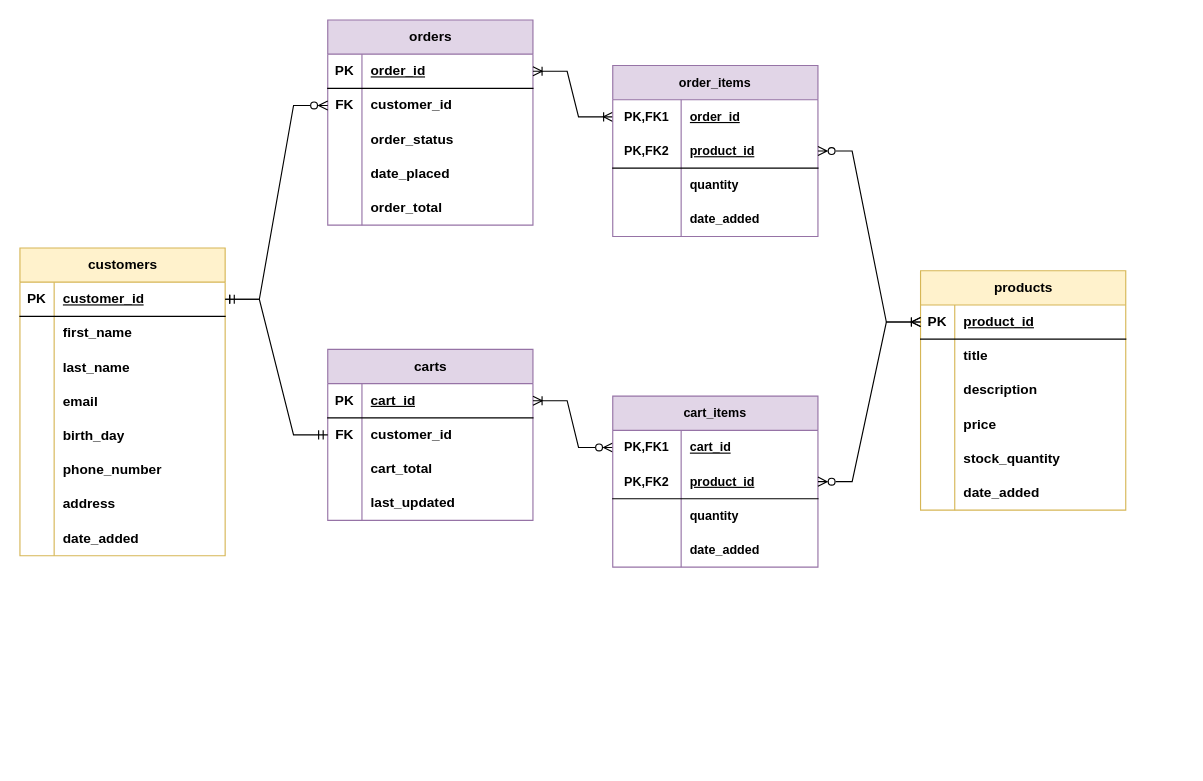
Earlier version of the draw.io diagram page "Overall ERD" (1 of 2) of db/ERD.drawio (MurtadhaInit/e-store-backend). Source tidied: cells renumbered, new cells numbered last; positions are measured from the earlier drawing's top-left corner, leaving out a move shared by most shapes. Both pictures are drawn from the tidied source at 114%, with x=0, y=0 at pixel (19, 19).
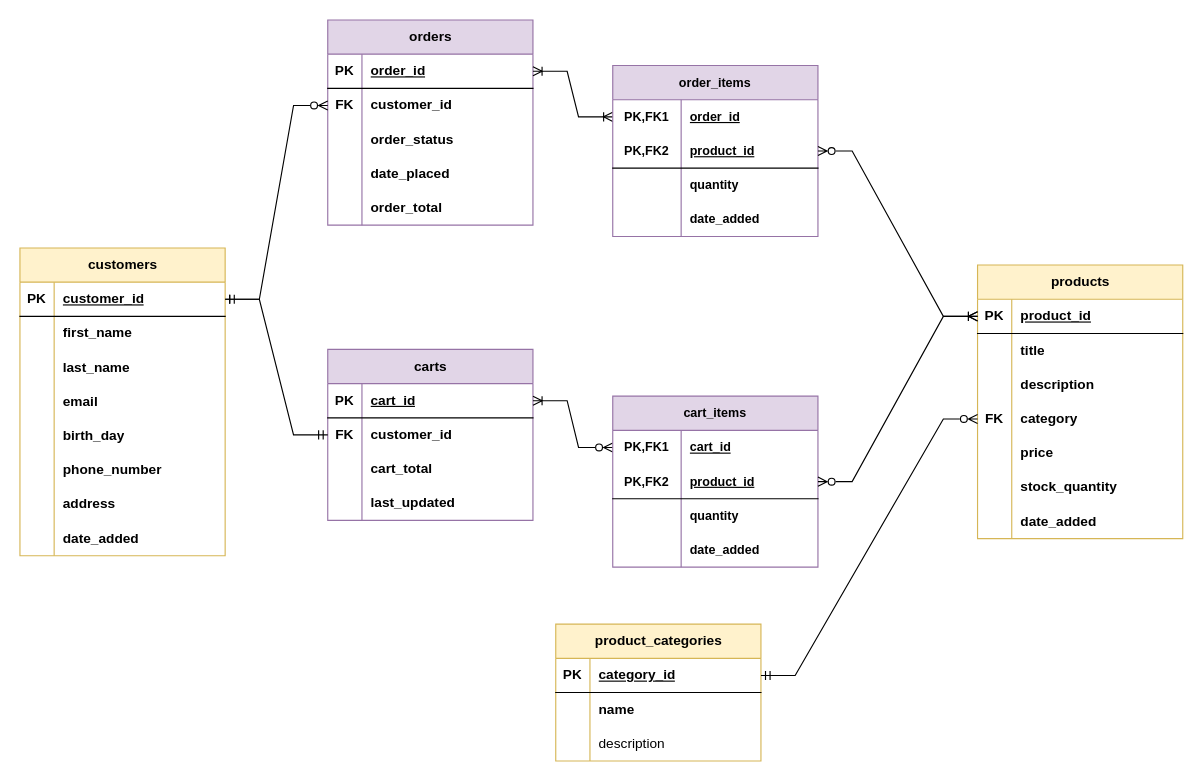
After the change.

Commit message:
Updated the ERD diagram to reflect recent schema changes. - Issue: it's hard to keep the ERD and the schema file in sync as changes to one can often make the other out of sync.

Change to the diagram source:
```diff
@@
-    <mxCell id="2" value="products" style="shape=table;startSize=30;childLayout=tableLayout;rowLines=0;fontStyle=1;align=center;html=1;fillColor=#fff2cc;strokeColor=#d6b656;" parent="1" vertex="1">
-      <mxGeometry x="790" y="220" width="180" height="210" as="geometry" />
+    <mxCell id="2" value="products" style="shape=table;startSize=30;childLayout=tableLayout;rowLines=0;fontStyle=1;align=center;html=1;fillColor=#fff2cc;strokeColor=#d6b656;fontColor=#000000;" parent="1" vertex="1">
+      <mxGeometry x="840" y="215" width="180" height="240" as="geometry" />
     </mxCell>
@@
+    <mxCell id="107" style="shape=tableRow;horizontal=0;startSize=0;swimlaneHead=0;swimlaneBody=0;fillColor=none;points=[[0,0.5],[1,0.5]];portConstraint=eastwest;top=0;left=0;right=0;bottom=0;" parent="2" vertex="1">
+      <mxGeometry y="120" width="180" height="30" as="geometry" />
+    </mxCell>
+    <mxCell id="108" value="FK" style="shape=partialRectangle;fillColor=none;top=0;left=0;bottom=0;right=0;overflow=hidden;whiteSpace=wrap;html=1;fontStyle=1;" parent="107" vertex="1">
+      <mxGeometry width="30" height="30" as="geometry" />
+    </mxCell>
+    <mxCell id="109" value="category" style="shape=partialRectangle;fillColor=none;top=0;left=0;bottom=0;right=0;align=left;spacingLeft=6;overflow=hidden;whiteSpace=wrap;html=1;fontStyle=1;" parent="107" vertex="1">
+      <mxGeometry x="30" width="150" height="30" as="geometry" />
+    </mxCell>
     <mxCell id="12" style="shape=tableRow;horizontal=0;startSize=0;swimlaneHead=0;swimlaneBody=0;fillColor=none;top=0;left=0;right=0;bottom=0;" parent="2" vertex="1">
-      <mxGeometry y="120" width="180" height="30" as="geometry" />
+      <mxGeometry y="150" width="180" height="30" as="geometry" />
     </mxCell>
@@
     <mxCell id="15" style="shape=tableRow;horizontal=0;startSize=0;swimlaneHead=0;swimlaneBody=0;fillColor=none;top=0;left=0;right=0;bottom=0;" parent="2" vertex="1">
-      <mxGeometry y="150" width="180" height="30" as="geometry" />
+      <mxGeometry y="180" width="180" height="30" as="geometry" />
     </mxCell>
@@
     <mxCell id="18" style="shape=tableRow;horizontal=0;startSize=0;swimlaneHead=0;swimlaneBody=0;fillColor=none;top=0;left=0;right=0;bottom=0;" parent="2" vertex="1">
-      <mxGeometry y="180" width="180" height="30" as="geometry" />
+      <mxGeometry y="210" width="180" height="30" as="geometry" />
     </mxCell>
@@
-    <mxCell id="21" value="orders" style="shape=table;startSize=30;childLayout=tableLayout;rowLines=0;fontStyle=1;align=center;html=1;fillColor=#e1d5e7;strokeColor=#9673a6;" parent="1" vertex="1">
+    <mxCell id="21" value="orders" style="shape=table;startSize=30;childLayout=tableLayout;rowLines=0;fontStyle=1;align=center;html=1;fillColor=#e1d5e7;strokeColor=#9673a6;fontColor=#000000;" parent="1" vertex="1">
       <mxGeometry x="270" width="180" height="180" as="geometry" />
     </mxCell>
@@
-    <mxCell id="37" value="customers" style="shape=table;startSize=30;childLayout=tableLayout;rowLines=0;fontStyle=1;align=center;html=1;fillColor=#fff2cc;strokeColor=#d6b656;" parent="1" vertex="1">
+    <mxCell id="37" value="customers" style="shape=table;startSize=30;childLayout=tableLayout;rowLines=0;fontStyle=1;align=center;html=1;fillColor=#fff2cc;strokeColor=#d6b656;fontColor=#000000;" parent="1" vertex="1">
       <mxGeometry y="200" width="180" height="270" as="geometry" />
     </mxCell>
@@
-    <mxCell id="64" value="carts" style="shape=table;startSize=30;childLayout=tableLayout;rowLines=0;fontStyle=1;align=center;html=1;fillColor=#e1d5e7;strokeColor=#9673a6;" parent="1" vertex="1">
+    <mxCell id="64" value="carts" style="shape=table;startSize=30;childLayout=tableLayout;rowLines=0;fontStyle=1;align=center;html=1;fillColor=#e1d5e7;strokeColor=#9673a6;fontColor=#000000;" parent="1" vertex="1">
       <mxGeometry x="270" y="289" width="180" height="150" as="geometry" />
     </mxCell>
@@
-    <mxCell id="79" value="order_items" style="shape=table;startSize=30;childLayout=tableLayout;rowLines=0;fontStyle=1;align=center;html=1;whiteSpace=wrap;fontFamily=Helvetica;fontSize=11;labelBackgroundColor=none;fillColor=#e1d5e7;strokeColor=#9673a6;" parent="1" vertex="1">
+    <mxCell id="79" value="order_items" style="shape=table;startSize=30;childLayout=tableLayout;rowLines=0;fontStyle=1;align=center;html=1;whiteSpace=wrap;fontFamily=Helvetica;fontSize=11;labelBackgroundColor=none;fillColor=#e1d5e7;strokeColor=#9673a6;fontColor=#000000;" parent="1" vertex="1">
       <mxGeometry x="520" y="40" width="180" height="150" as="geometry" />
     </mxCell>
@@
-    <mxCell id="93" value="cart_items" style="shape=table;startSize=30;childLayout=tableLayout;rowLines=0;fontStyle=1;align=center;html=1;whiteSpace=wrap;fontFamily=Helvetica;fontSize=11;labelBackgroundColor=none;fillColor=#e1d5e7;strokeColor=#9673a6;" parent="1" vertex="1">
+    <mxCell id="93" value="cart_items" style="shape=table;startSize=30;childLayout=tableLayout;rowLines=0;fontStyle=1;align=center;html=1;whiteSpace=wrap;fontFamily=Helvetica;fontSize=11;labelBackgroundColor=none;fillColor=#e1d5e7;strokeColor=#9673a6;fontColor=#000000;" parent="1" vertex="1">
       <mxGeometry x="520" y="330" width="180" height="150" as="geometry" />
     </mxCell>
@@
+    <mxCell id="110" value="product_categories" style="shape=table;startSize=30;childLayout=tableLayout;rowLines=0;fontStyle=1;align=center;html=1;fillColor=#fff2cc;strokeColor=#d6b656;fontColor=#000000;" parent="1" vertex="1">
+      <mxGeometry x="470" y="530" width="180" height="120" as="geometry" />
+    </mxCell>
+    <mxCell id="111" style="shape=tableRow;horizontal=0;startSize=0;swimlaneHead=0;swimlaneBody=0;fillColor=none;points=[[0,0.5],[1,0.5]];portConstraint=eastwest;top=0;left=0;right=0;bottom=1;" parent="110" vertex="1">
+      <mxGeometry y="30" width="180" height="30" as="geometry" />
+    </mxCell>
+    <mxCell id="112" value="PK" style="shape=partialRectangle;fillColor=none;top=0;left=0;bottom=0;right=0;fontStyle=1;overflow=hidden;whiteSpace=wrap;html=1;" parent="111" vertex="1">
+      <mxGeometry width="30" height="30" as="geometry" />
+    </mxCell>
+    <mxCell id="113" value="category_id" style="shape=partialRectangle;fillColor=none;top=0;left=0;bottom=0;right=0;align=left;spacingLeft=6;fontStyle=5;overflow=hidden;whiteSpace=wrap;html=1;" parent="111" vertex="1">
+      <mxGeometry x="30" width="150" height="30" as="geometry" />
+    </mxCell>
+    <mxCell id="114" style="shape=tableRow;horizontal=0;startSize=0;swimlaneHead=0;swimlaneBody=0;fillColor=none;top=0;left=0;right=0;bottom=0;" parent="110" vertex="1">
+      <mxGeometry y="60" width="180" height="30" as="geometry" />
+    </mxCell>
+    <mxCell id="115" style="shape=partialRectangle;fillColor=none;top=0;left=0;bottom=0;right=0;overflow=hidden;whiteSpace=wrap;html=1;" parent="114" vertex="1">
+      <mxGeometry width="30" height="30" as="geometry" />
+    </mxCell>
+    <mxCell id="116" value="name" style="shape=partialRectangle;fillColor=none;top=0;left=0;bottom=0;right=0;align=left;spacingLeft=6;overflow=hidden;whiteSpace=wrap;html=1;fontStyle=1;" parent="114" vertex="1">
+      <mxGeometry x="30" width="150" height="30" as="geometry" />
+    </mxCell>
+    <mxCell id="117" style="shape=tableRow;horizontal=0;startSize=0;swimlaneHead=0;swimlaneBody=0;fillColor=none;top=0;left=0;right=0;bottom=0;" parent="110" vertex="1">
+      <mxGeometry y="90" width="180" height="30" as="geometry" />
+    </mxCell>
+    <mxCell id="118" style="shape=partialRectangle;fillColor=none;top=0;left=0;bottom=0;right=0;overflow=hidden;whiteSpace=wrap;html=1;" parent="117" vertex="1">
+      <mxGeometry width="30" height="30" as="geometry" />
+    </mxCell>
+    <mxCell id="119" value="description" style="shape=partialRectangle;fillColor=none;top=0;left=0;bottom=0;right=0;align=left;spacingLeft=6;overflow=hidden;whiteSpace=wrap;html=1;fontStyle=0;" parent="117" vertex="1">
+      <mxGeometry x="30" width="150" height="30" as="geometry" />
+    </mxCell>
+    <mxCell id="120" style="edgeStyle=entityRelationEdgeStyle;fontSize=12;html=1;endArrow=ERzeroToMany;rounded=0;startArrow=ERmandOne;startFill=0;endFill=0;" parent="1" edge="1" source="111" target="107">
+      <mxGeometry relative="1" as="geometry" />
+    </mxCell>
```
